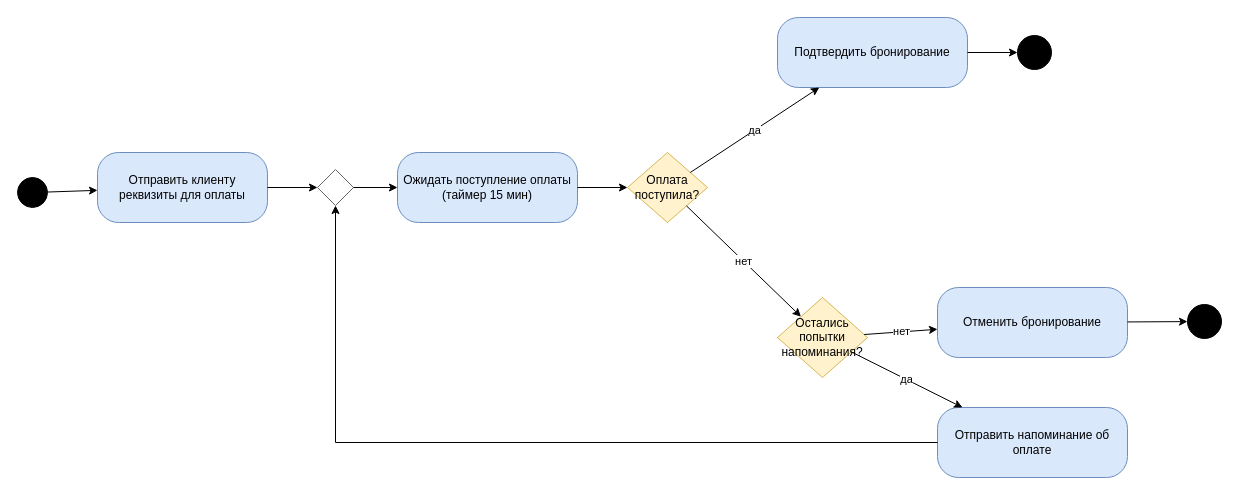
sanflury/visual-programming-labs-Kotok keeps this draw.io diagram as lab1/diagrams/activity.drawio. Above is the earlier version. Source tidied: cells renumbered, new cells numbered last; positions are measured from the earlier drawing's top-left corner, leaving out a move shared by most shapes. Both pictures are drawn from the tidied source at 100%, with x=0, y=0 at pixel (17, 17).
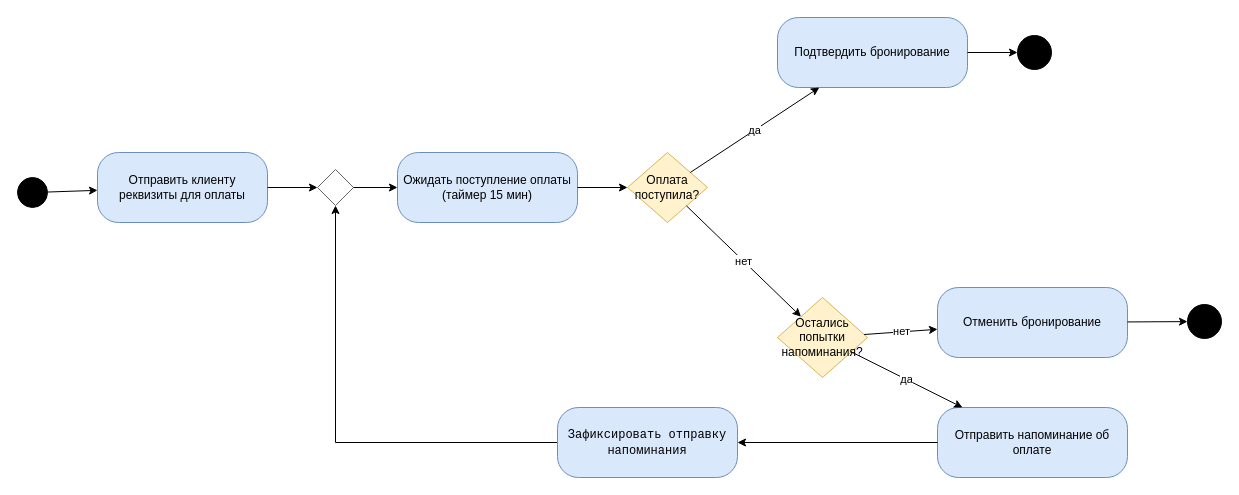
The same diagram, later.

Commit message (it also covers changes not shown here):
Update UML Activity: add minor element

Unchanged cells that the change refers to:
```xml
<mxCell id="4" style="rhombus;whiteSpace=wrap;html=1;fillColor=#ffffff;strokeColor=#666666;" parent="1" vertex="1">
  <mxGeometry x="300" y="152" width="36" height="36" as="geometry" />
</mxCell>
<mxCell id="10" value="Отправить напоминание об оплате" style="rounded=1;whiteSpace=wrap;html=1;fillColor=#dae8fc;strokeColor=#6c8ebf;arcSize=30;" parent="1" vertex="1">
  <mxGeometry x="920" y="390" width="190" height="70" as="geometry" />
</mxCell>
```

What changed in the source:
```diff
@@
-    <mxCell id="23" style="edgeStyle=orthogonalEdgeStyle;rounded=0;html=1;" parent="1" edge="1" source="10" target="4">
+    <mxCell id="23" style="edgeStyle=orthogonalEdgeStyle;rounded=0;html=1;" parent="1" edge="1" source="25" target="4">
       <mxGeometry relative="1" as="geometry" />
     </mxCell>
+    <mxCell id="24" style="edgeStyle=orthogonalEdgeStyle;rounded=0;html=1;" parent="1" edge="1" source="10" target="25">
+      <mxGeometry relative="1" as="geometry" />
+    </mxCell>
+    <mxCell id="25" value="&lt;code&gt;Зафиксировать отправку напоминания&lt;/code&gt;" style="rounded=1;whiteSpace=wrap;html=1;fillColor=#dae8fc;strokeColor=#6c8ebf;arcSize=30;" parent="1" vertex="1">
+      <mxGeometry x="540" y="390" width="180" height="70" as="geometry" />
+    </mxCell>
```
